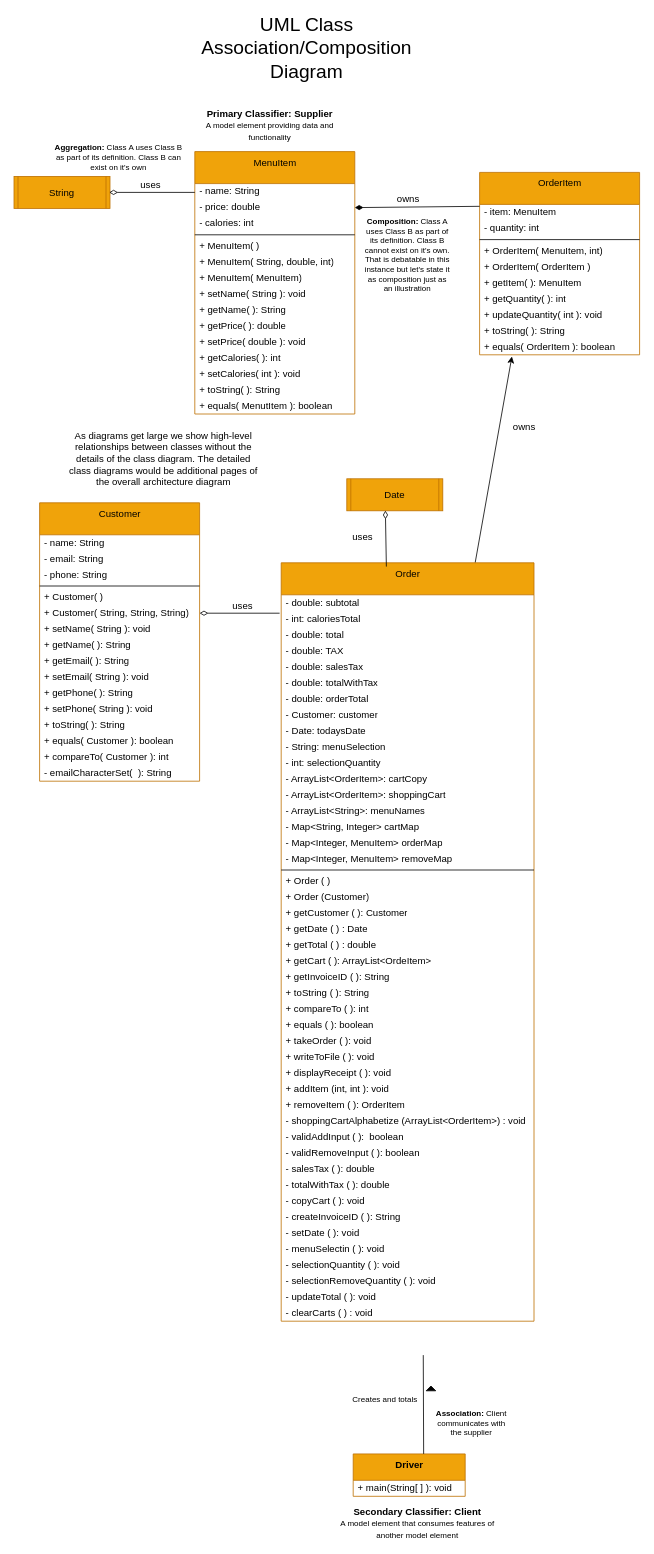
Earlier version of the draw.io diagram week10/FoodTruck.drawio (GabrielMalone/CSCI165-Summer24-Gabriel_Malone). Source tidied: cells renumbered, new cells numbered last; positions are measured from the earlier drawing's top-left corner, leaving out a move shared by most shapes. Both pictures are drawn from the tidied source at 80%, with x=0, y=0 at pixel (14, 36).
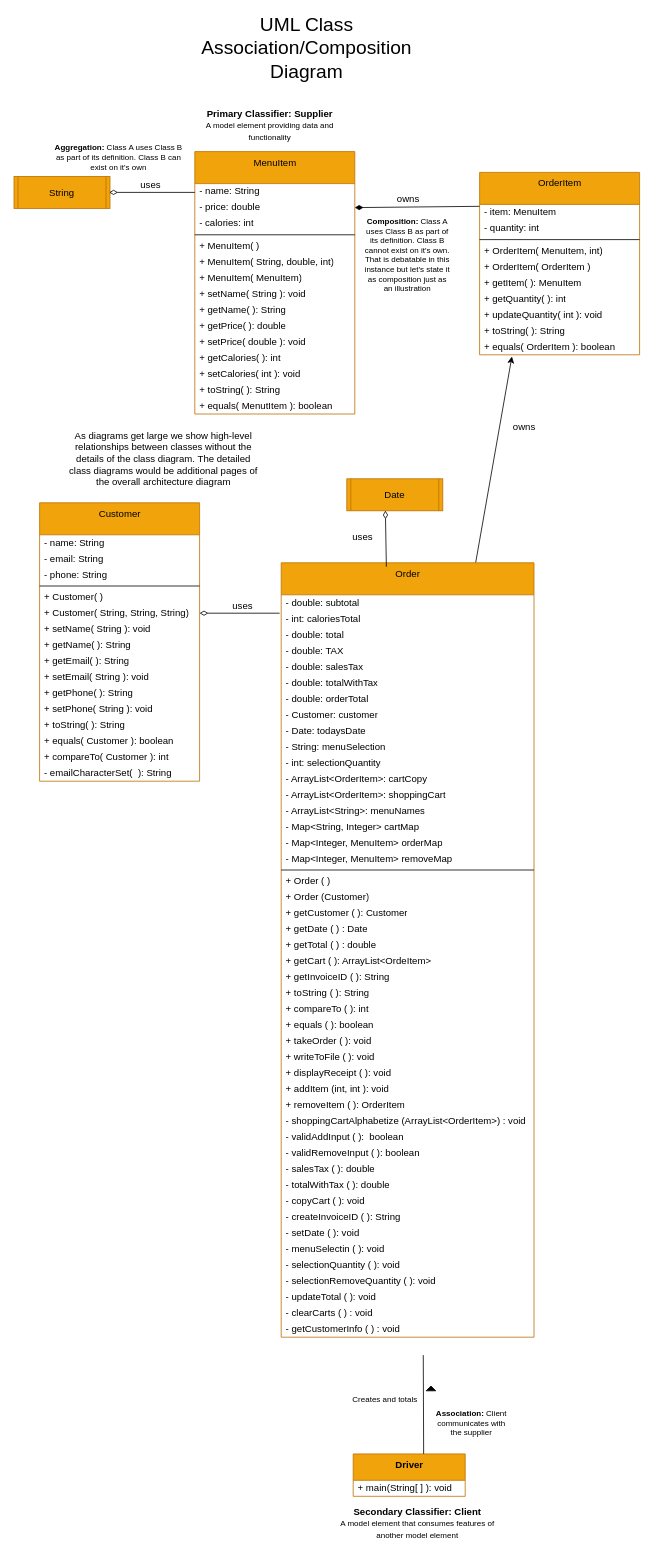
The same diagram, later.

Commit message (it also covers changes not shown here):
updated UML to reflect changes

What changed in the source:
```diff
@@
     <mxCell id="39" value="Order" style="swimlane;fontStyle=0;align=center;verticalAlign=top;horizontal=1;startSize=40;html=1;fillColor=#f0a30a;fontColor=#000000;strokeColor=#BD7000;" parent="1" vertex="1">
-      <mxGeometry x="334" y="658" width="316" height="948" as="geometry" />
+      <mxGeometry x="334" y="658" width="316" height="968" as="geometry" />
     </mxCell>
@@
+    <mxCell id="117" value="- getCustomerInfo ( ) : void&amp;nbsp;" style="text;html=1;strokeColor=none;fillColor=none;align=left;verticalAlign=middle;spacingLeft=4;spacingRight=4;overflow=hidden;" parent="39" vertex="1">
+      <mxGeometry y="948" width="316" height="20" as="geometry" />
+    </mxCell>
```
